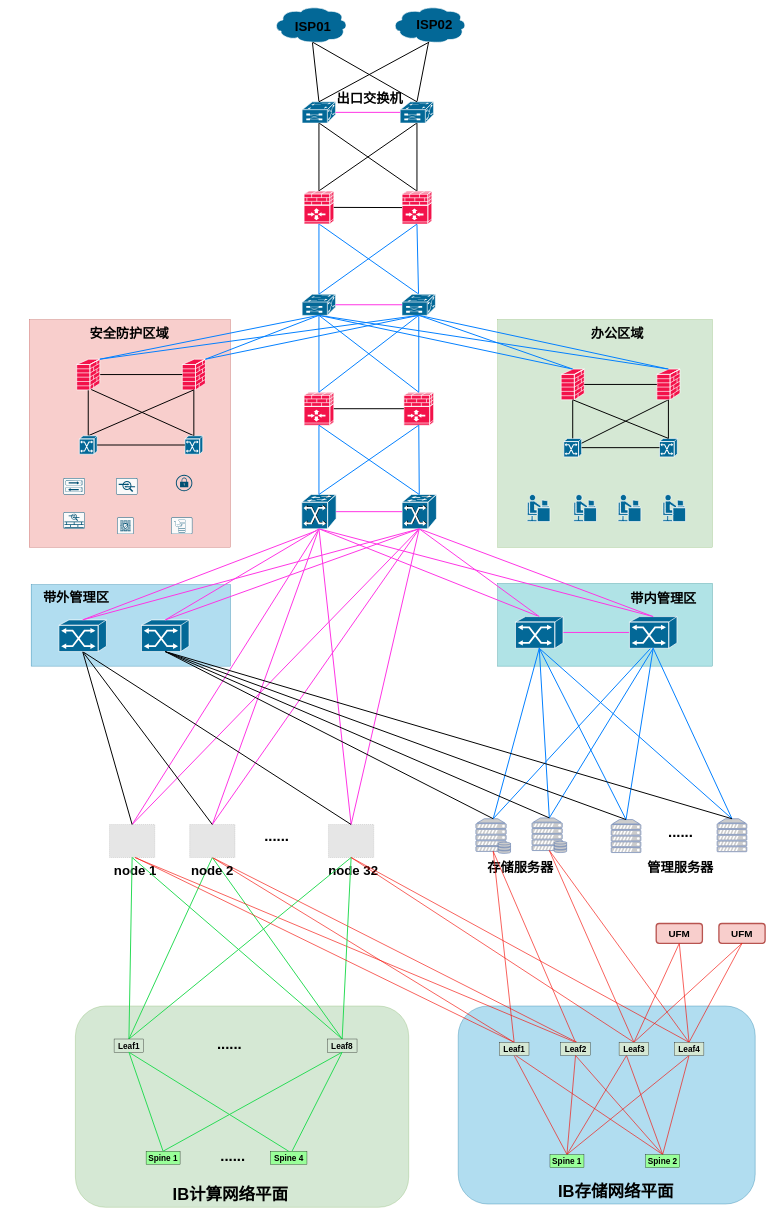
Earlier version of the draw.io diagram 数据中心组网-32nodes-包括IB整体组网 的副本.drawio (hel-2000/network-draw). Source tidied: cells renumbered, new cells numbered last; positions are measured from the earlier drawing's top-left corner, leaving out a move shared by most shapes. Both pictures are drawn from the tidied source at 33%, with x=0, y=0 at pixel (16, 6). Pictures stored in the file or linked from it are replaced by grey dashed boxes.
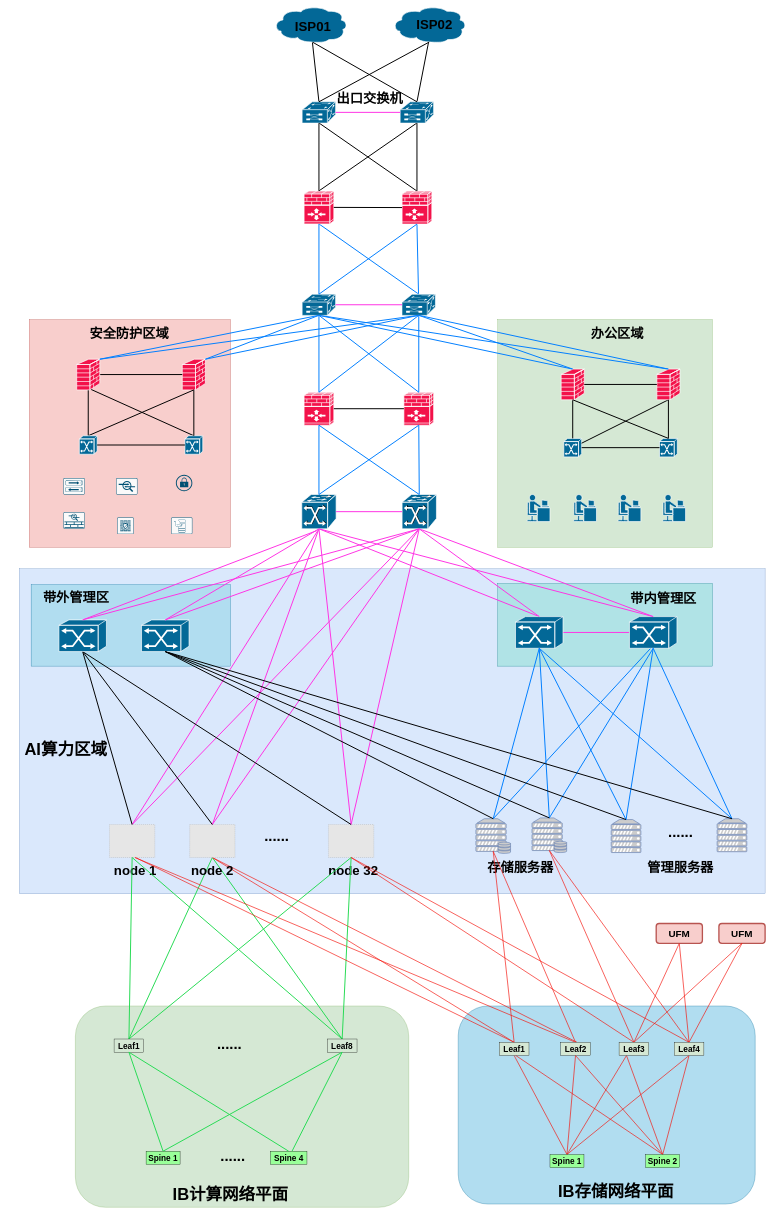
After the change.

Commit message:
更新数据中心组网-32nodes-包括IB整体组网 的副本.drawio

Diff of the diagram source:
```diff
@@
+    <mxCell id="188" style="rounded=0;whiteSpace=wrap;html=1;fillColor=#dae8fc;strokeColor=#6c8ebf;" parent="1" vertex="1">
+      <mxGeometry x="10" y="1705" width="2260" height="985" as="geometry" />
+    </mxCell>
@@
+    <mxCell id="189" value="&lt;font size=&quot;1&quot; style=&quot;&quot;&gt;&lt;b style=&quot;font-size: 50px;&quot;&gt;AI算力区域&lt;/b&gt;&lt;/font&gt;" style="text;strokeColor=none;align=center;fillColor=none;html=1;verticalAlign=middle;whiteSpace=wrap;rounded=0;" parent="1" vertex="1">
+      <mxGeometry x="-31" y="2223" width="363.6" height="60" as="geometry" />
+    </mxCell>
```
